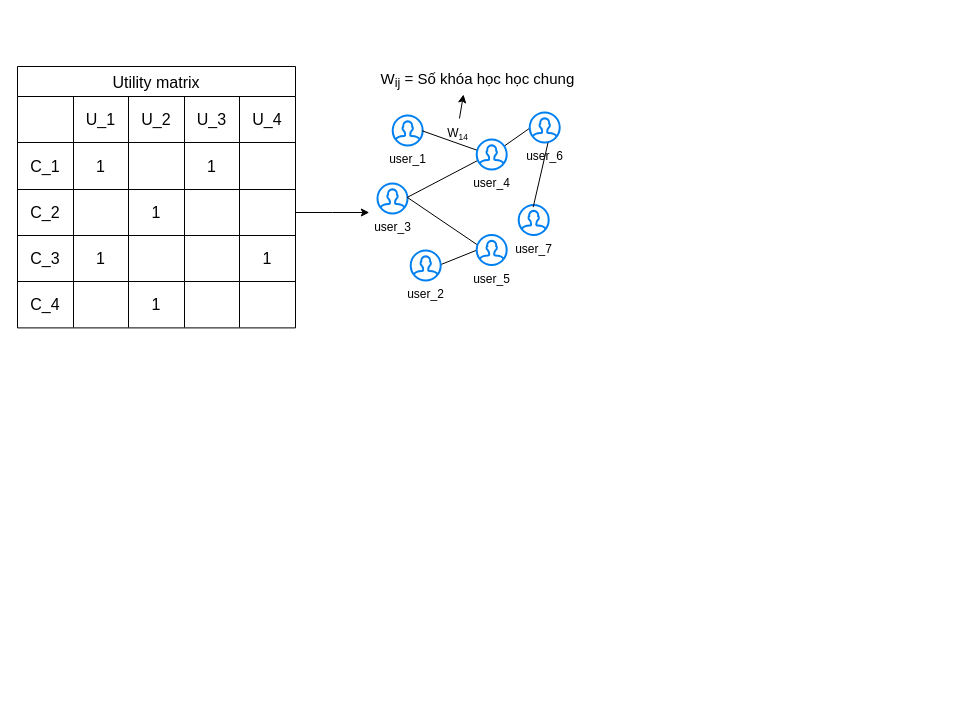
The draw.io diagram page "Page-2" (2 of 2) of hetero_graph.drawio in ippapi/ml, before the edit. Source tidied: cells renumbered, new cells numbered last; positions are measured from the earlier drawing's top-left corner, leaving out a move shared by most shapes. Both pictures are drawn from the tidied source at 100%, with x=0, y=0 at pixel (17, 63).
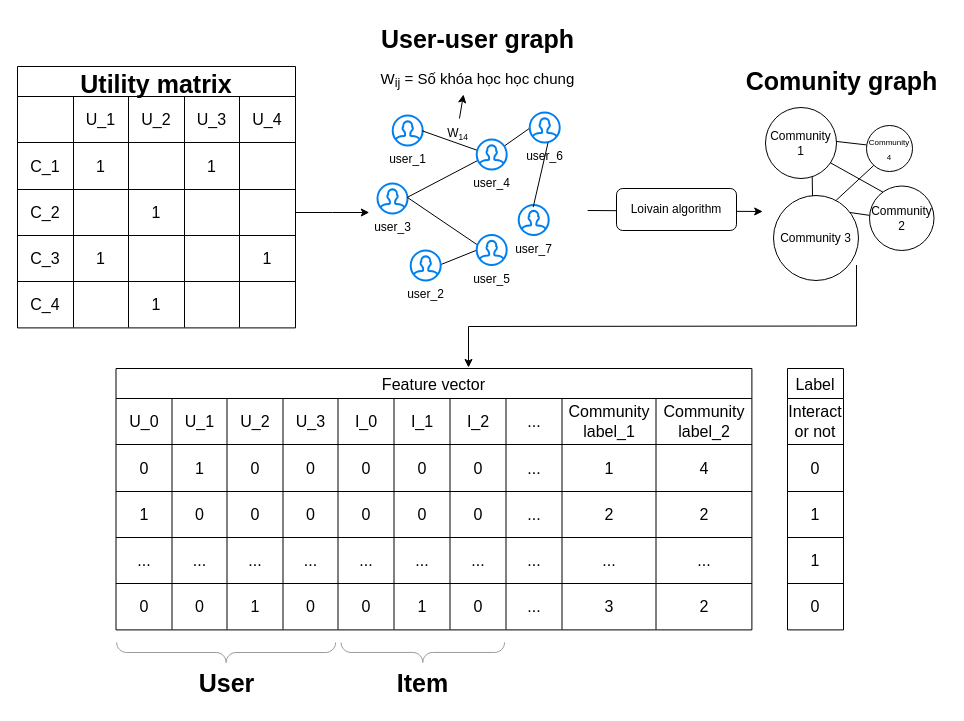
After the change.

The edit, as a diff of the source:
```diff
@@
-    <mxCell id="15" value="Utility matrix" style="shape=table;startSize=30;childLayout=tableLayout;strokeColor=default;fontSize=16;" parent="1" vertex="1">
+    <mxCell id="15" value="Utility matrix" style="shape=table;startSize=30;childLayout=tableLayout;strokeColor=default;fontSize=25;fontStyle=1;" parent="1" vertex="1">
       <mxGeometry y="3" width="278" height="261.4" as="geometry" />
     </mxCell>
@@
+    <mxCell id="50" style="endArrow=classic;html=1;rounded=0;exitX=1;exitY=0.5;exitDx=0;exitDy=0;" parent="1" edge="1">
+      <mxGeometry relative="1" as="geometry">
+        <mxPoint x="570.2" y="147" as="sourcePoint" />
+        <mxPoint x="745.2" y="148" as="targetPoint" />
+      </mxGeometry>
+    </mxCell>
+    <mxCell id="51" value="Loivain algorithm" style="rounded=1;whiteSpace=wrap;html=1;" parent="1" vertex="1">
+      <mxGeometry x="599" y="125" width="120" height="42" as="geometry" />
+    </mxCell>
+    <mxCell id="52" value="Community 1" style="ellipse;whiteSpace=wrap;html=1;" parent="1" vertex="1">
+      <mxGeometry x="748" y="44" width="71" height="71" as="geometry" />
+    </mxCell>
+    <mxCell id="53" value="Community 2" style="ellipse;whiteSpace=wrap;html=1;" parent="1" vertex="1">
+      <mxGeometry x="852" y="122.5" width="64.5" height="64.5" as="geometry" />
+    </mxCell>
+    <mxCell id="54" value="Community 3" style="ellipse;whiteSpace=wrap;html=1;" parent="1" vertex="1">
+      <mxGeometry x="756" y="132" width="85" height="85" as="geometry" />
+    </mxCell>
+    <mxCell id="55" value="&lt;font style=&quot;font-size: 8px;&quot;&gt;Community 4&lt;/font&gt;" style="ellipse;whiteSpace=wrap;html=1;" parent="1" vertex="1">
+      <mxGeometry x="849" y="62" width="46" height="46" as="geometry" />
+    </mxCell>
+    <mxCell id="56" style="endArrow=none;html=1;rounded=0;exitX=0.997;exitY=0.478;exitDx=0;exitDy=0;exitPerimeter=0;entryX=-0.008;entryY=0.421;entryDx=0;entryDy=0;entryPerimeter=0;" parent="1" edge="1" source="52" target="55">
+      <mxGeometry relative="1" as="geometry" />
+    </mxCell>
+    <mxCell id="57" style="endArrow=none;html=1;rounded=0;exitX=0.737;exitY=0.057;exitDx=0;exitDy=0;exitPerimeter=0;entryX=0.158;entryY=0.868;entryDx=0;entryDy=0;entryPerimeter=0;" parent="1" edge="1" source="54" target="55">
+      <mxGeometry relative="1" as="geometry" />
+    </mxCell>
+    <mxCell id="58" style="endArrow=none;html=1;rounded=0;entryX=0.658;entryY=0.979;entryDx=0;entryDy=0;entryPerimeter=0;" parent="1" edge="1" target="52">
+      <mxGeometry relative="1" as="geometry">
+        <mxPoint x="795" y="132.5" as="sourcePoint" />
+      </mxGeometry>
+    </mxCell>
+    <mxCell id="59" style="endArrow=none;html=1;rounded=0;entryX=0.001;entryY=0.455;entryDx=0;entryDy=0;entryPerimeter=0;exitX=0.898;exitY=0.2;exitDx=0;exitDy=0;exitPerimeter=0;" parent="1" edge="1" source="54" target="53">
+      <mxGeometry relative="1" as="geometry" />
+    </mxCell>
+    <mxCell id="60" style="endArrow=none;html=1;rounded=0;entryX=0.21;entryY=0.096;entryDx=0;entryDy=0;entryPerimeter=0;exitX=0.911;exitY=0.777;exitDx=0;exitDy=0;exitPerimeter=0;" parent="1" edge="1" source="52" target="53">
+      <mxGeometry relative="1" as="geometry" />
+    </mxCell>
+    <mxCell id="61" value="Feature vector" style="shape=table;startSize=30;childLayout=tableLayout;strokeColor=default;fontSize=16;" parent="1" vertex="1">
+      <mxGeometry x="98.5" y="305" width="635.9" height="261.4" as="geometry" />
+    </mxCell>
+    <mxCell id="62" style="shape=tableRow;horizontal=0;startSize=0;swimlaneHead=0;swimlaneBody=0;strokeColor=inherit;top=0;left=0;bottom=0;right=0;fillColor=none;fontSize=16;" parent="61" vertex="1">
+      <mxGeometry y="30" width="635.9" height="46" as="geometry" />
+    </mxCell>
+    <mxCell id="63" value="U_0" style="shape=partialRectangle;html=1;whiteSpace=wrap;strokeColor=inherit;overflow=hidden;fillColor=none;top=0;left=0;bottom=0;right=0;fontSize=16;" parent="62" vertex="1">
+      <mxGeometry width="56" height="46" as="geometry" />
+    </mxCell>
+    <mxCell id="64" value="U_1" style="shape=partialRectangle;html=1;whiteSpace=wrap;strokeColor=inherit;overflow=hidden;fillColor=none;top=0;left=0;bottom=0;right=0;fontSize=16;" parent="62" vertex="1">
+      <mxGeometry x="56" width="55" height="46" as="geometry" />
+    </mxCell>
+    <mxCell id="65" value="U_2" style="shape=partialRectangle;html=1;whiteSpace=wrap;strokeColor=inherit;overflow=hidden;fillColor=none;top=0;left=0;bottom=0;right=0;fontSize=16;" parent="62" vertex="1">
+      <mxGeometry x="111" width="56" height="46" as="geometry" />
+    </mxCell>
+    <mxCell id="66" value="U_3" style="shape=partialRectangle;html=1;whiteSpace=wrap;strokeColor=inherit;overflow=hidden;fillColor=none;top=0;left=0;bottom=0;right=0;fontSize=16;" parent="62" vertex="1">
+      <mxGeometry x="167" width="55" height="46" as="geometry" />
+    </mxCell>
+    <mxCell id="67" value="I_0" style="shape=partialRectangle;html=1;whiteSpace=wrap;strokeColor=inherit;overflow=hidden;fillColor=none;top=0;left=0;bottom=0;right=0;fontSize=16;" parent="62" vertex="1">
+      <mxGeometry x="222" width="56" height="46" as="geometry" />
+    </mxCell>
+    <mxCell id="68" value="I_1" style="shape=partialRectangle;html=1;whiteSpace=wrap;strokeColor=inherit;overflow=hidden;fillColor=none;top=0;left=0;bottom=0;right=0;fontSize=16;" parent="62" vertex="1">
+      <mxGeometry x="278" width="56" height="46" as="geometry" />
+    </mxCell>
+    <mxCell id="69" value="I_2" style="shape=partialRectangle;html=1;whiteSpace=wrap;strokeColor=inherit;overflow=hidden;fillColor=none;top=0;left=0;bottom=0;right=0;fontSize=16;" parent="62" vertex="1">
+      <mxGeometry x="334" width="56" height="46" as="geometry" />
+    </mxCell>
+    <mxCell id="70" value="..." style="shape=partialRectangle;html=1;whiteSpace=wrap;strokeColor=inherit;overflow=hidden;fillColor=none;top=0;left=0;bottom=0;right=0;fontSize=16;" parent="62" vertex="1">
+      <mxGeometry x="390" width="56" height="46" as="geometry" />
+    </mxCell>
+    <mxCell id="71" value="Community label_1" style="shape=partialRectangle;html=1;whiteSpace=wrap;strokeColor=inherit;overflow=hidden;fillColor=none;top=0;left=0;bottom=0;right=0;fontSize=16;" parent="62" vertex="1">
+      <mxGeometry x="446" width="94" height="46" as="geometry" />
+    </mxCell>
+    <mxCell id="72" value="Community label_2" style="shape=partialRectangle;html=1;whiteSpace=wrap;strokeColor=inherit;overflow=hidden;fillColor=none;top=0;left=0;bottom=0;right=0;fontSize=16;" parent="62" vertex="1">
+      <mxGeometry x="540" width="96" height="46" as="geometry" />
+    </mxCell>
+    <mxCell id="73" style="shape=tableRow;horizontal=0;startSize=0;swimlaneHead=0;swimlaneBody=0;strokeColor=inherit;top=0;left=0;bottom=0;right=0;fillColor=none;fontSize=16;" parent="61" vertex="1">
+      <mxGeometry y="76" width="635.9" height="47" as="geometry" />
+    </mxCell>
+    <mxCell id="74" value="0" style="shape=partialRectangle;html=1;whiteSpace=wrap;strokeColor=inherit;overflow=hidden;fillColor=none;top=0;left=0;bottom=0;right=0;fontSize=16;" parent="73" vertex="1">
+      <mxGeometry width="56" height="47" as="geometry" />
+    </mxCell>
+    <mxCell id="75" value="1" style="shape=partialRectangle;html=1;whiteSpace=wrap;strokeColor=inherit;overflow=hidden;fillColor=none;top=0;left=0;bottom=0;right=0;fontSize=16;" parent="73" vertex="1">
+      <mxGeometry x="56" width="55" height="47" as="geometry" />
+    </mxCell>
+    <mxCell id="76" value="0" style="shape=partialRectangle;html=1;whiteSpace=wrap;strokeColor=inherit;overflow=hidden;fillColor=none;top=0;left=0;bottom=0;right=0;fontSize=16;" parent="73" vertex="1">
+      <mxGeometry x="111" width="56" height="47" as="geometry" />
+    </mxCell>
+    <mxCell id="77" value="0" style="shape=partialRectangle;html=1;whiteSpace=wrap;strokeColor=inherit;overflow=hidden;fillColor=none;top=0;left=0;bottom=0;right=0;fontSize=16;" parent="73" vertex="1">
+      <mxGeometry x="167" width="55" height="47" as="geometry" />
+    </mxCell>
+    <mxCell id="78" value="0" style="shape=partialRectangle;html=1;whiteSpace=wrap;strokeColor=inherit;overflow=hidden;fillColor=none;top=0;left=0;bottom=0;right=0;fontSize=16;" parent="73" vertex="1">
+      <mxGeometry x="222" width="56" height="47" as="geometry" />
+    </mxCell>
+    <mxCell id="79" value="0" style="shape=partialRectangle;html=1;whiteSpace=wrap;strokeColor=inherit;overflow=hidden;fillColor=none;top=0;left=0;bottom=0;right=0;fontSize=16;" parent="73" vertex="1">
+      <mxGeometry x="278" width="56" height="47" as="geometry" />
+    </mxCell>
+    <mxCell id="80" value="0" style="shape=partialRectangle;html=1;whiteSpace=wrap;strokeColor=inherit;overflow=hidden;fillColor=none;top=0;left=0;bottom=0;right=0;fontSize=16;" parent="73" vertex="1">
+      <mxGeometry x="334" width="56" height="47" as="geometry" />
+    </mxCell>
+    <mxCell id="81" value="..." style="shape=partialRectangle;html=1;whiteSpace=wrap;strokeColor=inherit;overflow=hidden;fillColor=none;top=0;left=0;bottom=0;right=0;fontSize=16;" parent="73" vertex="1">
+      <mxGeometry x="390" width="56" height="47" as="geometry" />
+    </mxCell>
+    <mxCell id="82" value="1" style="shape=partialRectangle;html=1;whiteSpace=wrap;strokeColor=inherit;overflow=hidden;fillColor=none;top=0;left=0;bottom=0;right=0;fontSize=16;" parent="73" vertex="1">
+      <mxGeometry x="446" width="94" height="47" as="geometry" />
+    </mxCell>
+    <mxCell id="83" value="4" style="shape=partialRectangle;html=1;whiteSpace=wrap;strokeColor=inherit;overflow=hidden;fillColor=none;top=0;left=0;bottom=0;right=0;fontSize=16;" parent="73" vertex="1">
+      <mxGeometry x="540" width="96" height="47" as="geometry" />
+    </mxCell>
+    <mxCell id="84" style="shape=tableRow;horizontal=0;startSize=0;swimlaneHead=0;swimlaneBody=0;strokeColor=inherit;top=0;left=0;bottom=0;right=0;fillColor=none;fontSize=16;" parent="61" vertex="1">
+      <mxGeometry y="123" width="635.9" height="46" as="geometry" />
+    </mxCell>
+    <mxCell id="85" value="1" style="shape=partialRectangle;html=1;whiteSpace=wrap;strokeColor=inherit;overflow=hidden;fillColor=none;top=0;left=0;bottom=0;right=0;fontSize=16;" parent="84" vertex="1">
+      <mxGeometry width="56" height="46" as="geometry" />
+    </mxCell>
+    <mxCell id="86" value="0" style="shape=partialRectangle;html=1;whiteSpace=wrap;strokeColor=inherit;overflow=hidden;fillColor=none;top=0;left=0;bottom=0;right=0;fontSize=16;" parent="84" vertex="1">
+      <mxGeometry x="56" width="55" height="46" as="geometry" />
+    </mxCell>
+    <mxCell id="87" value="0" style="shape=partialRectangle;html=1;whiteSpace=wrap;strokeColor=inherit;overflow=hidden;fillColor=none;top=0;left=0;bottom=0;right=0;fontSize=16;" parent="84" vertex="1">
+      <mxGeometry x="111" width="56" height="46" as="geometry" />
+    </mxCell>
+    <mxCell id="88" value="0" style="shape=partialRectangle;html=1;whiteSpace=wrap;strokeColor=inherit;overflow=hidden;fillColor=none;top=0;left=0;bottom=0;right=0;fontSize=16;" parent="84" vertex="1">
+      <mxGeometry x="167" width="55" height="46" as="geometry" />
+    </mxCell>
+    <mxCell id="89" value="0" style="shape=partialRectangle;html=1;whiteSpace=wrap;strokeColor=inherit;overflow=hidden;fillColor=none;top=0;left=0;bottom=0;right=0;fontSize=16;" parent="84" vertex="1">
+      <mxGeometry x="222" width="56" height="46" as="geometry" />
+    </mxCell>
+    <mxCell id="90" value="0" style="shape=partialRectangle;html=1;whiteSpace=wrap;strokeColor=inherit;overflow=hidden;fillColor=none;top=0;left=0;bottom=0;right=0;fontSize=16;" parent="84" vertex="1">
+      <mxGeometry x="278" width="56" height="46" as="geometry" />
+    </mxCell>
+    <mxCell id="91" value="0" style="shape=partialRectangle;html=1;whiteSpace=wrap;strokeColor=inherit;overflow=hidden;fillColor=none;top=0;left=0;bottom=0;right=0;fontSize=16;" parent="84" vertex="1">
+      <mxGeometry x="334" width="56" height="46" as="geometry" />
+    </mxCell>
+    <mxCell id="92" value="..." style="shape=partialRectangle;html=1;whiteSpace=wrap;strokeColor=inherit;overflow=hidden;fillColor=none;top=0;left=0;bottom=0;right=0;fontSize=16;" parent="84" vertex="1">
+      <mxGeometry x="390" width="56" height="46" as="geometry" />
+    </mxCell>
+    <mxCell id="93" value="2" style="shape=partialRectangle;html=1;whiteSpace=wrap;strokeColor=inherit;overflow=hidden;fillColor=none;top=0;left=0;bottom=0;right=0;fontSize=16;" parent="84" vertex="1">
+      <mxGeometry x="446" width="94" height="46" as="geometry" />
+    </mxCell>
+    <mxCell id="94" value="2" style="shape=partialRectangle;html=1;whiteSpace=wrap;strokeColor=inherit;overflow=hidden;fillColor=none;top=0;left=0;bottom=0;right=0;fontSize=16;" parent="84" vertex="1">
+      <mxGeometry x="540" width="96" height="46" as="geometry" />
+    </mxCell>
+    <mxCell id="95" style="shape=tableRow;horizontal=0;startSize=0;swimlaneHead=0;swimlaneBody=0;strokeColor=inherit;top=0;left=0;bottom=0;right=0;fillColor=none;fontSize=16;" parent="61" vertex="1">
+      <mxGeometry y="169" width="635.9" height="46" as="geometry" />
+    </mxCell>
+    <mxCell id="96" value="..." style="shape=partialRectangle;html=1;whiteSpace=wrap;strokeColor=inherit;overflow=hidden;fillColor=none;top=0;left=0;bottom=0;right=0;fontSize=16;" parent="95" vertex="1">
+      <mxGeometry width="56" height="46" as="geometry" />
+    </mxCell>
+    <mxCell id="97" value="..." style="shape=partialRectangle;html=1;whiteSpace=wrap;strokeColor=inherit;overflow=hidden;fillColor=none;top=0;left=0;bottom=0;right=0;fontSize=16;" parent="95" vertex="1">
+      <mxGeometry x="56" width="55" height="46" as="geometry" />
+    </mxCell>
+    <mxCell id="98" value="..." style="shape=partialRectangle;html=1;whiteSpace=wrap;strokeColor=inherit;overflow=hidden;fillColor=none;top=0;left=0;bottom=0;right=0;fontSize=16;" parent="95" vertex="1">
+      <mxGeometry x="111" width="56" height="46" as="geometry" />
+    </mxCell>
+    <mxCell id="99" value="..." style="shape=partialRectangle;html=1;whiteSpace=wrap;strokeColor=inherit;overflow=hidden;fillColor=none;top=0;left=0;bottom=0;right=0;fontSize=16;" parent="95" vertex="1">
+      <mxGeometry x="167" width="55" height="46" as="geometry" />
+    </mxCell>
+    <mxCell id="100" value="..." style="shape=partialRectangle;html=1;whiteSpace=wrap;strokeColor=inherit;overflow=hidden;fillColor=none;top=0;left=0;bottom=0;right=0;fontSize=16;" parent="95" vertex="1">
+      <mxGeometry x="222" width="56" height="46" as="geometry" />
+    </mxCell>
+    <mxCell id="101" value="..." style="shape=partialRectangle;html=1;whiteSpace=wrap;strokeColor=inherit;overflow=hidden;fillColor=none;top=0;left=0;bottom=0;right=0;fontSize=16;" parent="95" vertex="1">
+      <mxGeometry x="278" width="56" height="46" as="geometry" />
+    </mxCell>
+    <mxCell id="102" value="..." style="shape=partialRectangle;html=1;whiteSpace=wrap;strokeColor=inherit;overflow=hidden;fillColor=none;top=0;left=0;bottom=0;right=0;fontSize=16;" parent="95" vertex="1">
+      <mxGeometry x="334" width="56" height="46" as="geometry" />
+    </mxCell>
+    <mxCell id="103" value="..." style="shape=partialRectangle;html=1;whiteSpace=wrap;strokeColor=inherit;overflow=hidden;fillColor=none;top=0;left=0;bottom=0;right=0;fontSize=16;" parent="95" vertex="1">
+      <mxGeometry x="390" width="56" height="46" as="geometry" />
+    </mxCell>
+    <mxCell id="104" value="..." style="shape=partialRectangle;html=1;whiteSpace=wrap;strokeColor=inherit;overflow=hidden;fillColor=none;top=0;left=0;bottom=0;right=0;fontSize=16;" parent="95" vertex="1">
+      <mxGeometry x="446" width="94" height="46" as="geometry" />
+    </mxCell>
+    <mxCell id="105" value="..." style="shape=partialRectangle;html=1;whiteSpace=wrap;strokeColor=inherit;overflow=hidden;fillColor=none;top=0;left=0;bottom=0;right=0;fontSize=16;" parent="95" vertex="1">
+      <mxGeometry x="540" width="96" height="46" as="geometry" />
+    </mxCell>
+    <mxCell id="106" style="shape=tableRow;horizontal=0;startSize=0;swimlaneHead=0;swimlaneBody=0;strokeColor=inherit;top=0;left=0;bottom=0;right=0;fillColor=none;fontSize=16;" parent="61" vertex="1">
+      <mxGeometry y="215" width="635.9" height="46" as="geometry" />
+    </mxCell>
+    <mxCell id="107" value="0" style="shape=partialRectangle;html=1;whiteSpace=wrap;strokeColor=inherit;overflow=hidden;fillColor=none;top=0;left=0;bottom=0;right=0;fontSize=16;" parent="106" vertex="1">
+      <mxGeometry width="56" height="46" as="geometry" />
+    </mxCell>
+    <mxCell id="108" value="0" style="shape=partialRectangle;html=1;whiteSpace=wrap;strokeColor=inherit;overflow=hidden;fillColor=none;top=0;left=0;bottom=0;right=0;fontSize=16;" parent="106" vertex="1">
+      <mxGeometry x="56" width="55" height="46" as="geometry" />
+    </mxCell>
+    <mxCell id="109" value="1" style="shape=partialRectangle;html=1;whiteSpace=wrap;strokeColor=inherit;overflow=hidden;fillColor=none;top=0;left=0;bottom=0;right=0;fontSize=16;" parent="106" vertex="1">
+      <mxGeometry x="111" width="56" height="46" as="geometry" />
+    </mxCell>
+    <mxCell id="110" value="0" style="shape=partialRectangle;html=1;whiteSpace=wrap;strokeColor=inherit;overflow=hidden;fillColor=none;top=0;left=0;bottom=0;right=0;fontSize=16;" parent="106" vertex="1">
+      <mxGeometry x="167" width="55" height="46" as="geometry" />
+    </mxCell>
+    <mxCell id="111" value="0" style="shape=partialRectangle;html=1;whiteSpace=wrap;strokeColor=inherit;overflow=hidden;fillColor=none;top=0;left=0;bottom=0;right=0;fontSize=16;" parent="106" vertex="1">
+      <mxGeometry x="222" width="56" height="46" as="geometry" />
+    </mxCell>
+    <mxCell id="112" value="1" style="shape=partialRectangle;html=1;whiteSpace=wrap;strokeColor=inherit;overflow=hidden;fillColor=none;top=0;left=0;bottom=0;right=0;fontSize=16;" parent="106" vertex="1">
+      <mxGeometry x="278" width="56" height="46" as="geometry" />
+    </mxCell>
+    <mxCell id="113" value="0" style="shape=partialRectangle;html=1;whiteSpace=wrap;strokeColor=inherit;overflow=hidden;fillColor=none;top=0;left=0;bottom=0;right=0;fontSize=16;" parent="106" vertex="1">
+      <mxGeometry x="334" width="56" height="46" as="geometry" />
+    </mxCell>
+    <mxCell id="114" value="..." style="shape=partialRectangle;html=1;whiteSpace=wrap;strokeColor=inherit;overflow=hidden;fillColor=none;top=0;left=0;bottom=0;right=0;fontSize=16;" parent="106" vertex="1">
+      <mxGeometry x="390" width="56" height="46" as="geometry" />
+    </mxCell>
+    <mxCell id="115" value="3" style="shape=partialRectangle;html=1;whiteSpace=wrap;strokeColor=inherit;overflow=hidden;fillColor=none;top=0;left=0;bottom=0;right=0;fontSize=16;" parent="106" vertex="1">
+      <mxGeometry x="446" width="94" height="46" as="geometry" />
+    </mxCell>
+    <mxCell id="116" value="2" style="shape=partialRectangle;html=1;whiteSpace=wrap;strokeColor=inherit;overflow=hidden;fillColor=none;top=0;left=0;bottom=0;right=0;fontSize=16;" parent="106" vertex="1">
+      <mxGeometry x="540" width="96" height="46" as="geometry" />
+    </mxCell>
+    <mxCell id="117" value="Label" style="shape=table;startSize=30;childLayout=tableLayout;strokeColor=default;fontSize=16;" parent="1" vertex="1">
+      <mxGeometry x="770" y="305" width="56" height="261.4" as="geometry" />
+    </mxCell>
+    <mxCell id="118" style="shape=tableRow;horizontal=0;startSize=0;swimlaneHead=0;swimlaneBody=0;strokeColor=inherit;top=0;left=0;bottom=0;right=0;fillColor=none;fontSize=16;" parent="117" vertex="1">
+      <mxGeometry y="30" width="56" height="46" as="geometry" />
+    </mxCell>
+    <mxCell id="119" value="Interact or not" style="shape=partialRectangle;html=1;whiteSpace=wrap;strokeColor=inherit;overflow=hidden;fillColor=none;top=0;left=0;bottom=0;right=0;fontSize=16;" parent="118" vertex="1">
+      <mxGeometry width="56" height="46" as="geometry" />
+    </mxCell>
+    <mxCell id="120" style="shape=tableRow;horizontal=0;startSize=0;swimlaneHead=0;swimlaneBody=0;strokeColor=inherit;top=0;left=0;bottom=0;right=0;fillColor=none;fontSize=16;" parent="117" vertex="1">
+      <mxGeometry y="76" width="56" height="47" as="geometry" />
+    </mxCell>
+    <mxCell id="121" value="0" style="shape=partialRectangle;html=1;whiteSpace=wrap;strokeColor=inherit;overflow=hidden;fillColor=none;top=0;left=0;bottom=0;right=0;fontSize=16;" parent="120" vertex="1">
+      <mxGeometry width="56" height="47" as="geometry" />
+    </mxCell>
+    <mxCell id="122" style="shape=tableRow;horizontal=0;startSize=0;swimlaneHead=0;swimlaneBody=0;strokeColor=inherit;top=0;left=0;bottom=0;right=0;fillColor=none;fontSize=16;" parent="117" vertex="1">
+      <mxGeometry y="123" width="56" height="46" as="geometry" />
+    </mxCell>
+    <mxCell id="123" value="1" style="shape=partialRectangle;html=1;whiteSpace=wrap;strokeColor=inherit;overflow=hidden;fillColor=none;top=0;left=0;bottom=0;right=0;fontSize=16;" parent="122" vertex="1">
+      <mxGeometry width="56" height="46" as="geometry" />
+    </mxCell>
+    <mxCell id="124" style="shape=tableRow;horizontal=0;startSize=0;swimlaneHead=0;swimlaneBody=0;strokeColor=inherit;top=0;left=0;bottom=0;right=0;fillColor=none;fontSize=16;" parent="117" vertex="1">
+      <mxGeometry y="169" width="56" height="46" as="geometry" />
+    </mxCell>
+    <mxCell id="125" value="1" style="shape=partialRectangle;html=1;whiteSpace=wrap;strokeColor=inherit;overflow=hidden;fillColor=none;top=0;left=0;bottom=0;right=0;fontSize=16;" parent="124" vertex="1">
+      <mxGeometry width="56" height="46" as="geometry" />
+    </mxCell>
+    <mxCell id="126" style="shape=tableRow;horizontal=0;startSize=0;swimlaneHead=0;swimlaneBody=0;strokeColor=inherit;top=0;left=0;bottom=0;right=0;fillColor=none;fontSize=16;" parent="117" vertex="1">
+      <mxGeometry y="215" width="56" height="46" as="geometry" />
+    </mxCell>
+    <mxCell id="127" value="0" style="shape=partialRectangle;html=1;whiteSpace=wrap;strokeColor=inherit;overflow=hidden;fillColor=none;top=0;left=0;bottom=0;right=0;fontSize=16;" parent="126" vertex="1">
+      <mxGeometry width="56" height="46" as="geometry" />
+    </mxCell>
+    <mxCell id="128" style="labelPosition=right;align=left;strokeWidth=1;shape=mxgraph.mockup.markup.curlyBrace;html=1;shadow=0;dashed=0;strokeColor=#999999;direction=north;rotation=-90;" parent="1" vertex="1">
+      <mxGeometry x="198.6" y="479.5" width="20" height="219" as="geometry" />
+    </mxCell>
+    <mxCell id="129" value="&lt;font style=&quot;font-size: 25px;&quot;&gt;&lt;b&gt;User&lt;/b&gt;&lt;/font&gt;" style="text;html=1;align=center;verticalAlign=middle;strokeColor=none;fillColor=none;" parent="1" vertex="1">
+      <mxGeometry x="171.6" y="598" width="74" height="42" as="geometry" />
+    </mxCell>
+    <mxCell id="130" style="labelPosition=right;align=left;strokeWidth=1;shape=mxgraph.mockup.markup.curlyBrace;html=1;shadow=0;dashed=0;strokeColor=#999999;direction=north;rotation=-90;" parent="1" vertex="1">
+      <mxGeometry x="395.3" y="507.2" width="20" height="163.5" as="geometry" />
+    </mxCell>
+    <mxCell id="131" value="&lt;font style=&quot;font-size: 25px;&quot;&gt;&lt;b&gt;Item&lt;/b&gt;&lt;/font&gt;" style="text;html=1;align=center;verticalAlign=middle;strokeColor=none;fillColor=none;" parent="1" vertex="1">
+      <mxGeometry x="370.8" y="598" width="69" height="42" as="geometry" />
+    </mxCell>
+    <mxCell id="132" style="endArrow=classic;html=1;rounded=0;" parent="1" edge="1">
+      <mxGeometry relative="1" as="geometry">
+        <mxPoint x="839" y="201.5" as="sourcePoint" />
+        <mxPoint x="451" y="304" as="targetPoint" />
+        <Array as="points">
+          <mxPoint x="839" y="262.5" />
+          <mxPoint x="451" y="263" />
+        </Array>
+      </mxGeometry>
+    </mxCell>
+    <mxCell id="133" value="&lt;span style=&quot;font-size: 25px;&quot;&gt;&lt;b&gt;User-user graph&lt;/b&gt;&lt;/span&gt;" style="text;html=1;align=center;verticalAlign=middle;strokeColor=none;fillColor=none;" parent="1" vertex="1">
+      <mxGeometry x="354.2" y="-46.5" width="211" height="42" as="geometry" />
+    </mxCell>
+    <mxCell id="134" value="&lt;span style=&quot;font-size: 25px;&quot;&gt;&lt;b&gt;Comunity graph&lt;/b&gt;&lt;/span&gt;" style="text;html=1;align=center;verticalAlign=middle;strokeColor=none;fillColor=none;" parent="1" vertex="1">
+      <mxGeometry x="719" y="-4.5" width="210" height="42" as="geometry" />
+    </mxCell>
```
